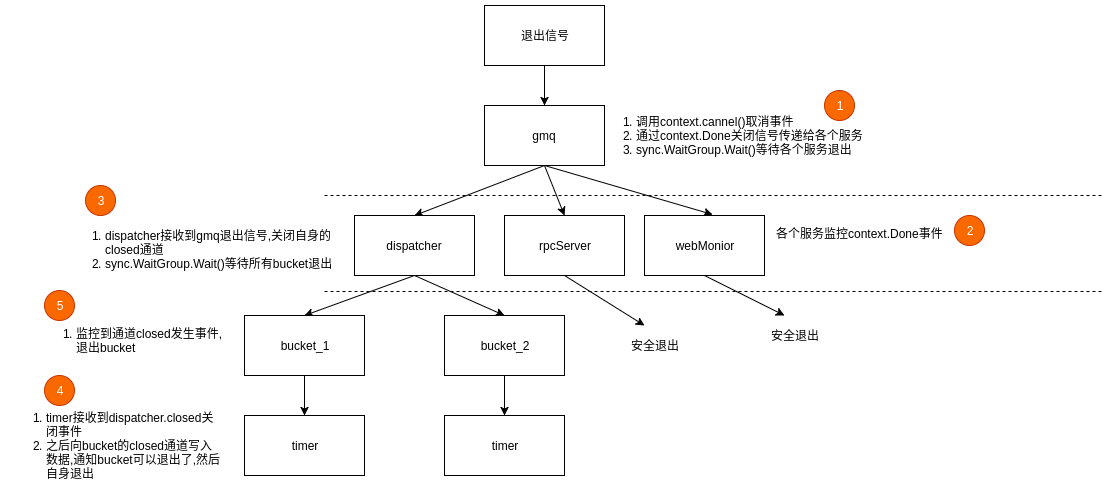
Before: images/project/gmq安全退出.png, a diagram exported from draw.io (wuzhc/zcnote). Source tidied: cells renumbered, new cells last; positions are measured from the earlier drawing's top-left corner, leaving out a move shared by most shapes.
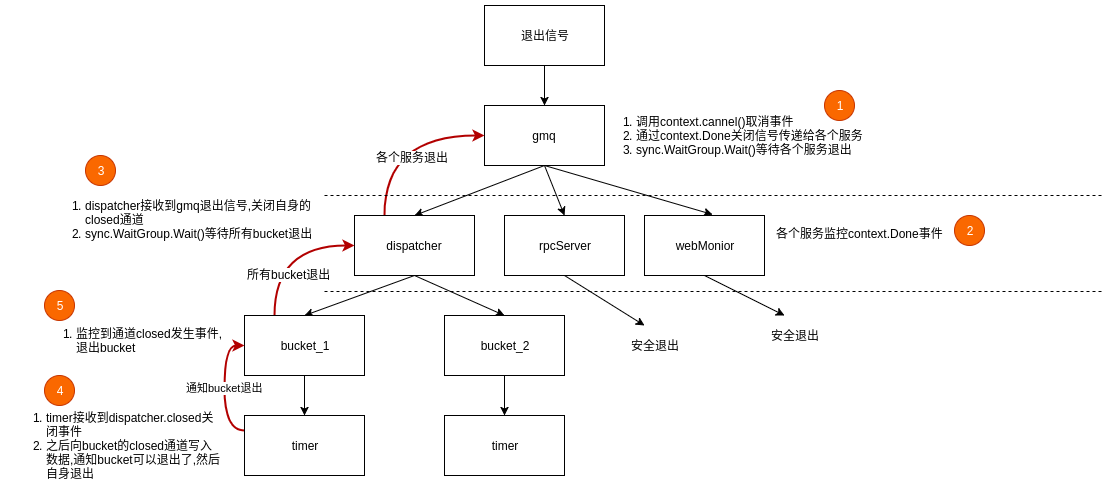
Above is the later version.

The edit, as a diff of the source:
```diff
@@ -20,6 +20,12 @@
     <mxCell id="7" style="edgeStyle=none;rounded=0;jettySize=auto;html=1;exitX=0.5;exitY=1;exitDx=0;exitDy=0;entryX=0.5;entryY=0;entryDx=0;entryDy=0;" parent="1" edge="1" source="8" target="19">
       <mxGeometry relative="1" as="geometry" />
     </mxCell>
+    <mxCell id="35" style="edgeStyle=orthogonalEdgeStyle;curved=1;rounded=0;jettySize=auto;html=1;exitX=0.25;exitY=0;exitDx=0;exitDy=0;entryX=0;entryY=0.5;entryDx=0;entryDy=0;fillColor=#e51400;strokeColor=#B20000;strokeWidth=2;" parent="1" edge="1" source="8" target="5">
+      <mxGeometry relative="1" as="geometry" />
+    </mxCell>
+    <mxCell id="36" value="各个服务退出" style="text;html=1;align=center;verticalAlign=middle;labelBackgroundColor=#ffffff;" parent="35" vertex="1">
+      <mxGeometry x="-0.34" y="-27" relative="1" as="geometry" />
+    </mxCell>
     <mxCell id="8" value="dispatcher&lt;br&gt;" style="rounded=0;whiteSpace=wrap;html=1;" parent="1" vertex="1">
       <mxGeometry x="349" y="210" width="120" height="60" as="geometry" />
     </mxCell>
@@ -51,6 +57,12 @@
     <mxCell id="16" style="edgeStyle=none;rounded=0;jettySize=auto;html=1;exitX=0.5;exitY=1;exitDx=0;exitDy=0;entryX=0.5;entryY=0;entryDx=0;entryDy=0;" parent="1" edge="1" source="17" target="20">
       <mxGeometry relative="1" as="geometry" />
     </mxCell>
+    <mxCell id="37" style="edgeStyle=orthogonalEdgeStyle;curved=1;rounded=0;jettySize=auto;html=1;exitX=0.25;exitY=0;exitDx=0;exitDy=0;entryX=0;entryY=0.5;entryDx=0;entryDy=0;fillColor=#e51400;strokeColor=#B20000;strokeWidth=2;" parent="1" edge="1" source="17" target="8">
+      <mxGeometry relative="1" as="geometry" />
+    </mxCell>
+    <mxCell id="38" value="所有bucket退出" style="text;html=1;align=center;verticalAlign=middle;labelBackgroundColor=#ffffff;" parent="37" vertex="1">
+      <mxGeometry x="-0.44" y="-14" relative="1" as="geometry" />
+    </mxCell>
     <mxCell id="17" value="bucket_1" style="rounded=0;whiteSpace=wrap;html=1;" parent="1" vertex="1">
       <mxGeometry x="239" y="310" width="120" height="60" as="geometry" />
     </mxCell>
@@ -60,6 +72,9 @@
     <mxCell id="19" value="bucket_2" style="rounded=0;whiteSpace=wrap;html=1;" parent="1" vertex="1">
       <mxGeometry x="439" y="310" width="120" height="60" as="geometry" />
     </mxCell>
+    <mxCell id="39" value="通知bucket退出" style="edgeStyle=orthogonalEdgeStyle;curved=1;rounded=0;jettySize=auto;html=1;exitX=0;exitY=0.25;exitDx=0;exitDy=0;entryX=0;entryY=0.5;entryDx=0;entryDy=0;fillColor=#e51400;strokeColor=#B20000;strokeWidth=2;" parent="1" edge="1" source="20" target="17">
+      <mxGeometry relative="1" as="geometry" />
+    </mxCell>
     <mxCell id="20" value="timer" style="rounded=0;whiteSpace=wrap;html=1;" parent="1" vertex="1">
       <mxGeometry x="239" y="410" width="120" height="60" as="geometry" />
     </mxCell>
@@ -70,7 +85,7 @@
       <mxGeometry x="29" y="310" width="191" height="50" as="geometry" />
     </mxCell>
     <mxCell id="23" value="&lt;div style=&quot;text-align: left&quot;&gt;&lt;ol&gt;&lt;li&gt;dispatcher接收到gmq退出信号,关闭自身的closed通道&lt;br&gt;&lt;/li&gt;&lt;li&gt;sync.WaitGroup.Wait()等待所有bucket退出&lt;br&gt;&lt;/li&gt;&lt;/ol&gt;&lt;/div&gt;" style="text;html=1;strokeColor=none;fillColor=none;align=center;verticalAlign=middle;whiteSpace=wrap;rounded=0;" parent="1" vertex="1">
-      <mxGeometry x="59" y="214" width="300" height="60" as="geometry" />
+      <mxGeometry x="39" y="184" width="280" height="60" as="geometry" />
     </mxCell>
     <mxCell id="24" value="各个服务监控context.Done事件" style="text;html=1;" parent="1" vertex="1">
       <mxGeometry x="769" y="215" width="290" height="70" as="geometry" />
@@ -97,7 +112,7 @@
       <mxGeometry x="949" y="210" width="30" height="30" as="geometry" />
     </mxCell>
     <mxCell id="30" value="&lt;div style=&quot;text-align: right&quot;&gt;3&lt;/div&gt;" style="ellipse;whiteSpace=wrap;html=1;align=center;fillColor=#fa6800;strokeColor=#C73500;fontColor=#ffffff;" parent="1" vertex="1">
-      <mxGeometry x="80" y="180" width="30" height="30" as="geometry" />
+      <mxGeometry x="80" y="150" width="30" height="30" as="geometry" />
     </mxCell>
     <mxCell id="31" value="&lt;div style=&quot;text-align: right&quot;&gt;4&lt;/div&gt;" style="ellipse;whiteSpace=wrap;html=1;align=center;fillColor=#fa6800;strokeColor=#C73500;fontColor=#ffffff;" parent="1" vertex="1">
       <mxGeometry x="39" y="370" width="30" height="30" as="geometry" />
```
